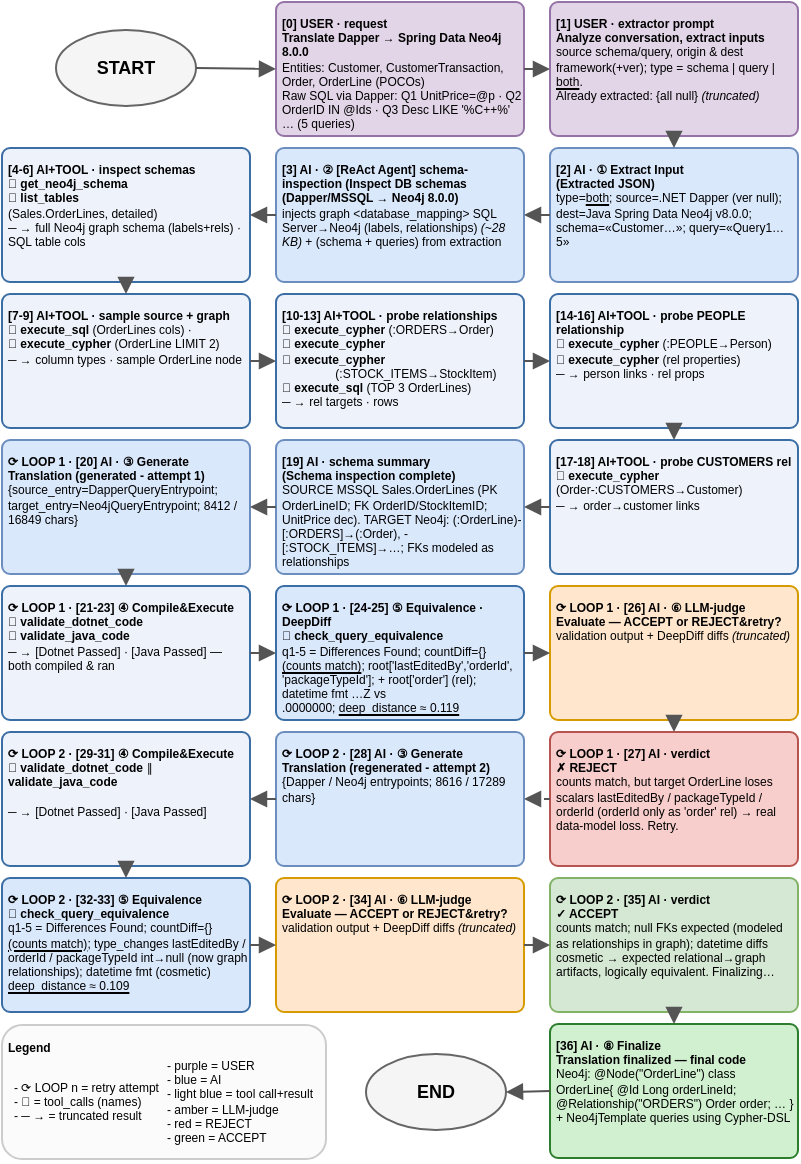
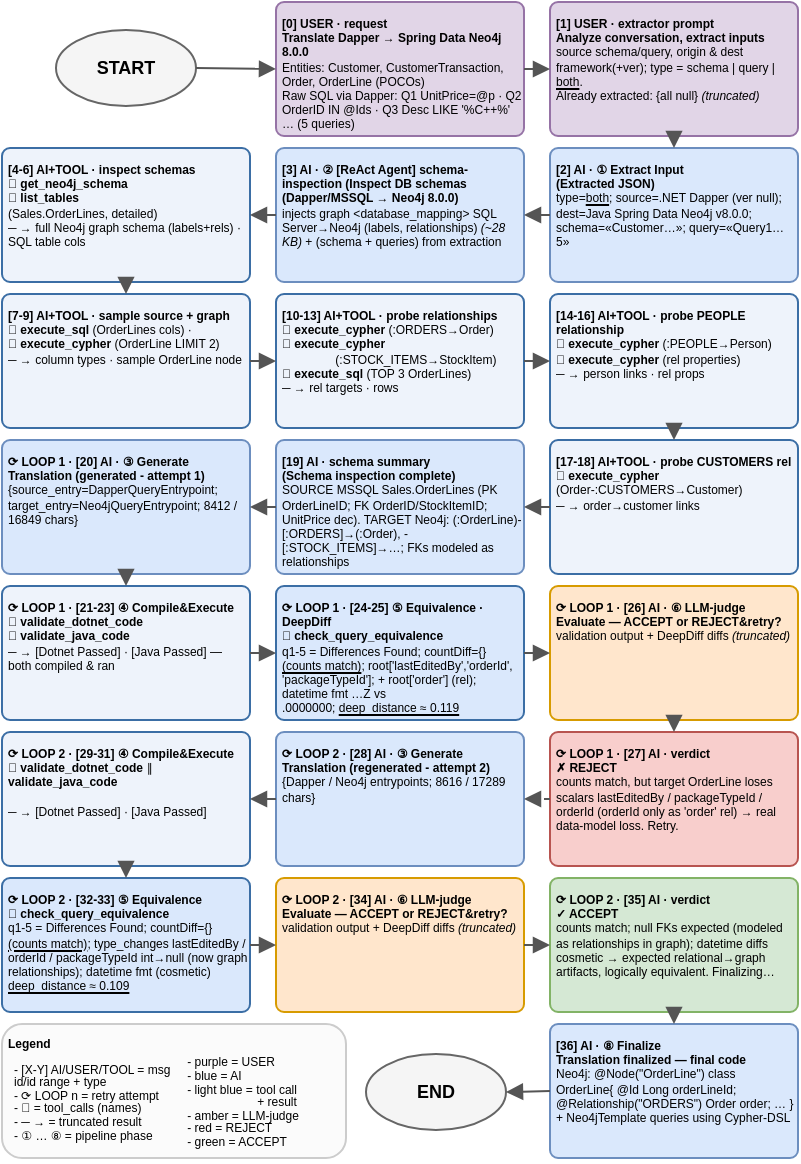
<mxfile host="Electron" agent="Mozilla/5.0 (Windows NT 10.0; Win64; x64) AppleWebKit/537.36 (KHTML, like Gecko) draw.io/27.0.9 Chrome/134.0.6998.205 Electron/35.4.0 Safari/537.36" version="27.0.9">
  <diagram id="trace" name="Dapper→Neo4j Trace">
-     <mxGraphModel dx="695" dy="481" grid="1" gridSize="10" guides="1" tooltips="1" connect="1" arrows="1" fold="1" page="1" pageScale="1" pageWidth="418" pageHeight="591" math="0" shadow="0">
+     <mxGraphModel dx="643" dy="442" grid="1" gridSize="10" guides="1" tooltips="1" connect="1" arrows="1" fold="1" page="1" pageScale="1" pageWidth="418" pageHeight="591" math="0" shadow="0">
      <root>
        <mxCell id="0" />
        <mxCell id="1" parent="0" />
        <mxCell id="start" value="START" style="ellipse;whiteSpace=wrap;html=1;fillColor=#f5f5f5;strokeColor=#666666;fontStyle=1;fontSize=9;" parent="1" vertex="1">
          <mxGeometry x="35" y="22" width="70" height="38" as="geometry" />
        </mxCell>
        <mxCell id="m0" value="&lt;b&gt;[0] USER · request&lt;/b&gt;&lt;br&gt;&lt;b&gt;Translate Dapper → Spring Data Neo4j 8.0.0&lt;/b&gt;&lt;br&gt;Entities: Customer, CustomerTransaction, Order, OrderLine (POCOs)&lt;br&gt;Raw SQL via Dapper: Q1 UnitPrice=@p · Q2 OrderID IN @Ids · Q3 Desc LIKE &#39;%C++%&#39; … (5 queries)" style="rounded=1;whiteSpace=wrap;html=1;fontSize=6;align=left;verticalAlign=top;spacing=3;arcSize=6;overflow=hidden;fillColor=#e1d5e7;strokeColor=#9673a6;" parent="1" vertex="1">
          <mxGeometry x="145" y="8" width="124" height="67" as="geometry" />
        </mxCell>
        <mxCell id="m1" value="&lt;b&gt;[1] USER · extractor prompt&lt;/b&gt;&lt;br&gt;&lt;b&gt;Analyze conversation, extract inputs&lt;/b&gt;&lt;br&gt;source schema/query, origin &amp;amp; dest framework(+ver); type = schema | query | &lt;u&gt;both&lt;/u&gt;.&lt;br&gt;Already extracted: {all null} &lt;i&gt;(truncated)&lt;/i&gt;" style="rounded=1;whiteSpace=wrap;html=1;fontSize=6;align=left;verticalAlign=top;spacing=3;arcSize=6;overflow=hidden;fillColor=#e1d5e7;strokeColor=#9673a6;" parent="1" vertex="1">
          <mxGeometry x="282" y="8" width="124" height="67" as="geometry" />
        </mxCell>
        <mxCell id="m2" value="&lt;b&gt;[2] AI · ① Extract Input&lt;/b&gt;&lt;br&gt;&lt;b&gt;(Extracted JSON)&lt;/b&gt;&lt;br&gt;type=&lt;u&gt;both&lt;/u&gt;; source=.NET Dapper (ver null); dest=Java Spring Data Neo4j v8.0.0; schema=«Customer…»; query=«Query1…5»" style="rounded=1;whiteSpace=wrap;html=1;fontSize=6;align=left;verticalAlign=top;spacing=3;arcSize=6;overflow=hidden;fillColor=#dae8fc;strokeColor=#6c8ebf;" parent="1" vertex="1">
          <mxGeometry x="282" y="81" width="124" height="67" as="geometry" />
        </mxCell>
        <mxCell id="m3" value="&lt;b&gt;[3] AI · ② [ReAct Agent] schema-inspection (&lt;/b&gt;&lt;b&gt;Inspect DB schemas (Dapper/MSSQL → Neo4j 8.0.0)&lt;/b&gt;&lt;br&gt;injects graph &amp;lt;database_mapping&amp;gt; SQL Server→Neo4j (labels, relationships) &lt;i&gt;(~28 KB)&lt;/i&gt; + (schema + queries) from extraction" style="rounded=1;whiteSpace=wrap;html=1;fontSize=6;align=left;verticalAlign=top;spacing=3;arcSize=6;overflow=hidden;fillColor=#DAE8FC;strokeColor=#6C8EBF;" parent="1" vertex="1">
          <mxGeometry x="145" y="81" width="124" height="67" as="geometry" />
        </mxCell>
        <mxCell id="t4" value="&lt;b&gt;[4-6] AI+TOOL · inspect schemas&lt;/b&gt;&lt;br&gt;🔧 &lt;b&gt;get_neo4j_schema&lt;br&gt;&lt;/b&gt;&lt;div&gt;&lt;span style=&quot;background-color: transparent; color: light-dark(rgb(0, 0, 0), rgb(255, 255, 255));&quot;&gt;🔧&lt;/span&gt;&lt;span style=&quot;background-color: transparent; color: light-dark(rgb(0, 0, 0), rgb(255, 255, 255));&quot;&gt;&amp;nbsp;&lt;/span&gt;&lt;b&gt;list_tables&lt;/b&gt;&lt;div&gt;(Sales.OrderLines, detailed)&lt;br&gt;─ → full Neo4j graph schema (labels+rels) · SQL table cols&lt;/div&gt;&lt;/div&gt;" style="rounded=1;whiteSpace=wrap;html=1;fontSize=6;align=left;verticalAlign=top;spacing=3;arcSize=6;overflow=hidden;fillColor=#eef3fb;strokeColor=#3b6ea5;" parent="1" vertex="1">
          <mxGeometry x="8" y="81" width="124" height="67" as="geometry" />
        </mxCell>
        <mxCell id="t7" value="&lt;b&gt;[7-9] AI+TOOL · sample source + graph&lt;/b&gt;&lt;br&gt;🔧 &lt;b&gt;execute_sql&lt;/b&gt; (OrderLines cols) · 🔧&amp;nbsp;&lt;b&gt;execute_cypher&lt;/b&gt; (OrderLine LIMIT 2)&lt;br&gt;─ → column types · sample OrderLine node" style="rounded=1;whiteSpace=wrap;html=1;fontSize=6;align=left;verticalAlign=top;spacing=3;arcSize=6;overflow=hidden;fillColor=#eef3fb;strokeColor=#3b6ea5;" parent="1" vertex="1">
          <mxGeometry x="8" y="154" width="124" height="67" as="geometry" />
        </mxCell>
-         <mxCell id="t10" value="&lt;b&gt;[10-13] AI+TOOL · probe relationships&lt;/b&gt;&lt;br&gt;🔧 &lt;b&gt;execute_cypher &lt;/b&gt;(:ORDERS→Order)&amp;nbsp;&lt;br&gt;&lt;div&gt;&lt;span style=&quot;background-color: transparent; color: light-dark(rgb(0, 0, 0), rgb(255, 255, 255));&quot;&gt;🔧&lt;/span&gt;&lt;span style=&quot;background-color: transparent; color: light-dark(rgb(0, 0, 0), rgb(255, 255, 255));&quot;&gt;&amp;nbsp;&lt;/span&gt;&lt;b style=&quot;background-color: transparent; color: light-dark(rgb(0, 0, 0), rgb(255, 255, 255));&quot;&gt;execute_cypher&amp;nbsp;&lt;/b&gt;&lt;/div&gt;&lt;div&gt;&lt;span style=&quot;background-color: transparent; color: light-dark(rgb(0, 0, 0), rgb(255, 255, 255));&quot;&gt;🔧&lt;/span&gt;&lt;span style=&quot;background-color: transparent; color: light-dark(rgb(0, 0, 0), rgb(255, 255, 255));&quot;&gt;&amp;nbsp;&lt;/span&gt;&lt;span style=&quot;background-color: transparent; color: light-dark(rgb(0, 0, 0), rgb(255, 255, 255));&quot;&gt;&lt;b&gt;execute_cypher&lt;/b&gt;&lt;/span&gt;&lt;/div&gt;&lt;div&gt;&lt;span style=&quot;background-color: transparent; color: light-dark(rgb(0, 0, 0), rgb(255, 255, 255));&quot;&gt;&lt;b&gt;&lt;span style=&quot;white-space: pre;&quot;&gt;&#x9;&lt;/span&gt;&lt;span style=&quot;white-space: pre;&quot;&gt;&#x9;&lt;/span&gt;&lt;/b&gt;(&lt;/span&gt;&lt;span style=&quot;background-color: transparent; color: light-dark(rgb(0, 0, 0), rgb(255, 255, 255));&quot;&gt;:STOCK_ITEMS→StockItem)&lt;/span&gt;&lt;/div&gt;&lt;div&gt;&lt;span style=&quot;background-color: transparent; color: light-dark(rgb(0, 0, 0), rgb(255, 255, 255));&quot;&gt;🔧&amp;nbsp;&lt;/span&gt;&lt;b&gt;execute_sql&lt;/b&gt; (TOP 3 OrderLines)&lt;br&gt;─ → rel targets · rows&lt;/div&gt;" style="rounded=1;whiteSpace=wrap;html=1;fontSize=6;align=left;verticalAlign=top;spacing=3;arcSize=6;overflow=hidden;fillColor=#eef3fb;strokeColor=#3b6ea5;" parent="1" vertex="1">
+         <mxCell id="t10" value="&lt;b&gt;[10-13] AI+TOOL · probe relationships&lt;/b&gt;&lt;br&gt;🔧 &lt;b&gt;execute_cypher &lt;/b&gt;(:ORDERS→Order)&amp;nbsp;&lt;div&gt;&lt;span style=&quot;background-color: transparent; color: light-dark(rgb(0, 0, 0), rgb(255, 255, 255));&quot;&gt;🔧&lt;/span&gt;&lt;span style=&quot;background-color: transparent; color: light-dark(rgb(0, 0, 0), rgb(255, 255, 255));&quot;&gt;&amp;nbsp;&lt;/span&gt;&lt;span style=&quot;background-color: transparent; color: light-dark(rgb(0, 0, 0), rgb(255, 255, 255));&quot;&gt;&lt;b&gt;execute_cypher&lt;/b&gt;&lt;/span&gt;&lt;/div&gt;&lt;div&gt;&lt;span style=&quot;background-color: transparent; color: light-dark(rgb(0, 0, 0), rgb(255, 255, 255));&quot;&gt;&lt;b&gt;&lt;span style=&quot;white-space: pre;&quot;&gt;&#x9;&lt;/span&gt;&lt;span style=&quot;white-space: pre;&quot;&gt;&#x9;&lt;/span&gt;&lt;/b&gt;(&lt;/span&gt;&lt;span style=&quot;background-color: transparent; color: light-dark(rgb(0, 0, 0), rgb(255, 255, 255));&quot;&gt;:STOCK_ITEMS→StockItem)&lt;/span&gt;&lt;/div&gt;&lt;div&gt;&lt;span style=&quot;background-color: transparent; color: light-dark(rgb(0, 0, 0), rgb(255, 255, 255));&quot;&gt;🔧&amp;nbsp;&lt;/span&gt;&lt;b&gt;execute_sql&lt;/b&gt; (TOP 3 OrderLines)&lt;br&gt;─ → rel targets · rows&lt;/div&gt;" style="rounded=1;whiteSpace=wrap;html=1;fontSize=6;align=left;verticalAlign=top;spacing=3;arcSize=6;overflow=hidden;fillColor=#eef3fb;strokeColor=#3b6ea5;" parent="1" vertex="1">
          <mxGeometry x="145" y="154" width="124" height="67" as="geometry" />
        </mxCell>
        <mxCell id="t14" value="&lt;b&gt;[14-16] AI+TOOL · probe PEOPLE relationship&lt;/b&gt;&lt;br&gt;🔧 &lt;b&gt;execute_cypher &lt;/b&gt;(:PEOPLE→Person)&lt;br&gt;&lt;div&gt;&lt;span style=&quot;background-color: transparent; color: light-dark(rgb(0, 0, 0), rgb(255, 255, 255));&quot;&gt;🔧&lt;/span&gt;&lt;span style=&quot;background-color: transparent; color: light-dark(rgb(0, 0, 0), rgb(255, 255, 255));&quot;&gt;&amp;nbsp;&lt;/span&gt;&lt;b style=&quot;background-color: transparent; color: light-dark(rgb(0, 0, 0), rgb(255, 255, 255));&quot;&gt;execute_cypher&amp;nbsp;&lt;/b&gt;(rel properties)&lt;br&gt;─ → person links · rel props&lt;/div&gt;" style="rounded=1;whiteSpace=wrap;html=1;fontSize=6;align=left;verticalAlign=top;spacing=3;arcSize=6;overflow=hidden;fillColor=#eef3fb;strokeColor=#3b6ea5;" parent="1" vertex="1">
          <mxGeometry x="282" y="154" width="124" height="67" as="geometry" />
        </mxCell>
        <mxCell id="t17" value="&lt;b&gt;[17-18] AI+TOOL · probe CUSTOMERS rel&lt;/b&gt;&lt;br&gt;🔧 &lt;b&gt;execute_cypher&lt;/b&gt; (Order-:CUSTOMERS→Customer)&lt;br&gt;─ → order→customer links" style="rounded=1;whiteSpace=wrap;html=1;fontSize=6;align=left;verticalAlign=top;spacing=3;arcSize=6;overflow=hidden;fillColor=#eef3fb;strokeColor=#3b6ea5;" parent="1" vertex="1">
          <mxGeometry x="282" y="227" width="124" height="67" as="geometry" />
        </mxCell>
        <mxCell id="m19" value="&lt;b&gt;[19] AI · schema summary&lt;/b&gt;&lt;br&gt;&lt;b&gt;(Schema inspection complete)&lt;/b&gt;&lt;br&gt;SOURCE MSSQL Sales.OrderLines (PK OrderLineID; FK OrderID/StockItemID; UnitPrice dec). TARGET Neo4j: (:OrderLine)-[:ORDERS]→(:Order), -[:STOCK_ITEMS]→…; FKs modeled as relationships" style="rounded=1;html=1;fontSize=6;align=left;verticalAlign=top;spacing=3;arcSize=6;overflow=hidden;fillColor=#dae8fc;strokeColor=#6c8ebf;whiteSpace=wrap;" parent="1" vertex="1">
          <mxGeometry x="145" y="227" width="124" height="67" as="geometry" />
        </mxCell>
        <mxCell id="m20" value="&lt;b&gt;⟳ LOOP 1 · [20] AI · ③ Generate&lt;/b&gt;&lt;br&gt;&lt;b&gt;Translation (generated&amp;nbsp;- attempt 1)&lt;/b&gt;&lt;br&gt;{source_entry=DapperQueryEntrypoint; target_entry=Neo4jQueryEntrypoint; 8412 / 16849 chars}" style="rounded=1;whiteSpace=wrap;html=1;fontSize=6;align=left;verticalAlign=top;spacing=3;arcSize=6;overflow=hidden;fillColor=#dae8fc;strokeColor=#6c8ebf;" parent="1" vertex="1">
          <mxGeometry x="8" y="227" width="124" height="67" as="geometry" />
        </mxCell>
        <mxCell id="t21" value="&lt;b&gt;⟳ LOOP 1 · [21-23] ④ Compile&amp;amp;Execute&lt;/b&gt;&lt;br&gt;🔧 &lt;b&gt;validate_dotnet_code&lt;/b&gt;&lt;div&gt;&lt;span style=&quot;background-color: transparent; color: light-dark(rgb(0, 0, 0), rgb(255, 255, 255));&quot;&gt;🔧&lt;/span&gt;&lt;span style=&quot;background-color: transparent; color: light-dark(rgb(0, 0, 0), rgb(255, 255, 255));&quot;&gt;&amp;nbsp;&lt;/span&gt;&lt;b style=&quot;background-color: transparent; color: light-dark(rgb(0, 0, 0), rgb(255, 255, 255));&quot;&gt;validate_java_code&lt;/b&gt;&lt;/div&gt;&lt;div&gt;─ → [Dotnet Passed] · [Java Passed] — both compiled &amp;amp; ran&lt;/div&gt;" style="rounded=1;whiteSpace=wrap;html=1;fontSize=6;align=left;verticalAlign=top;spacing=3;arcSize=6;overflow=hidden;fillColor=#eef3fb;strokeColor=#3b6ea5;" parent="1" vertex="1">
          <mxGeometry x="8" y="300" width="124" height="67" as="geometry" />
        </mxCell>
        <mxCell id="t24" value="&lt;b&gt;⟳ LOOP 1 · [24-25] ⑤ Equivalence · DeepDiff&lt;/b&gt;&lt;br&gt;🔧 &lt;b&gt;check_query_equivalence&lt;/b&gt;&lt;br&gt;q1-5 = Differences Found; countDiff={} &lt;u&gt;(counts match)&lt;/u&gt;;&amp;nbsp;root[&#39;lastEditedBy&#39;,&#39;orderId&#39;, &#39;packageTypeId&#39;]; + root[&#39;order&#39;] (rel); datetime fmt …Z vs .0000000;&amp;nbsp;&lt;u&gt;deep_distance ≈ 0.119&lt;/u&gt;" style="rounded=1;whiteSpace=wrap;html=1;fontSize=6;align=left;verticalAlign=top;spacing=3;arcSize=6;overflow=hidden;fillColor=#dae8fc;strokeColor=#3b6ea5;" parent="1" vertex="1">
          <mxGeometry x="145" y="300" width="124" height="67" as="geometry" />
        </mxCell>
        <mxCell id="m26" value="&lt;b&gt;⟳ LOOP 1 · [26] AI · ⑥ LLM-judge&lt;/b&gt;&lt;br&gt;&lt;b&gt;Evaluate — ACCEPT or REJECT&amp;amp;retry?&lt;/b&gt;&lt;br&gt;validation output + DeepDiff diffs &lt;i&gt;(truncated)&lt;/i&gt;" style="rounded=1;whiteSpace=wrap;html=1;fontSize=6;align=left;verticalAlign=top;spacing=3;arcSize=6;overflow=hidden;fillColor=#ffe6cc;strokeColor=#d79b00;" parent="1" vertex="1">
          <mxGeometry x="282" y="300" width="124" height="67" as="geometry" />
        </mxCell>
        <mxCell id="m27" value="&lt;b&gt;⟳ LOOP 1 · [27] AI · verdict&lt;/b&gt;&lt;br&gt;&lt;b&gt;✗ REJECT&lt;/b&gt;&lt;br&gt;counts match, but target OrderLine loses scalars lastEditedBy / packageTypeId / orderId (orderId only as &#39;order&#39; rel) → real data-model loss. Retry." style="rounded=1;whiteSpace=wrap;html=1;fontSize=6;align=left;verticalAlign=top;spacing=3;arcSize=6;overflow=hidden;fillColor=#f8cecc;strokeColor=#b85450;" parent="1" vertex="1">
          <mxGeometry x="282" y="373" width="124" height="67" as="geometry" />
        </mxCell>
        <mxCell id="m28" value="&lt;b&gt;⟳ LOOP 2 · [28] AI · ③ Generate&lt;/b&gt;&lt;br&gt;&lt;b&gt;Translation (regenerated - attempt 2)&lt;/b&gt;&lt;br&gt;{Dapper / Neo4j entrypoints; 8616 / 17289 chars}" style="rounded=1;whiteSpace=wrap;html=1;fontSize=6;align=left;verticalAlign=top;spacing=3;arcSize=6;overflow=hidden;fillColor=#dae8fc;strokeColor=#6c8ebf;" parent="1" vertex="1">
          <mxGeometry x="145" y="373" width="124" height="67" as="geometry" />
        </mxCell>
        <mxCell id="t29" value="&lt;b&gt;⟳ LOOP 2 · [29-31] ④ Compile&amp;amp;Execute&lt;/b&gt;&lt;br&gt;🔧 &lt;b&gt;validate_dotnet_code&lt;/b&gt; ∥ &lt;b&gt;validate_java_code&lt;/b&gt;&lt;div&gt;&lt;b&gt;&lt;br&gt;&lt;/b&gt;─ → [Dotnet Passed] · [Java Passed]&lt;/div&gt;" style="rounded=1;whiteSpace=wrap;html=1;fontSize=6;align=left;verticalAlign=top;spacing=3;arcSize=6;overflow=hidden;fillColor=#eef3fb;strokeColor=#3b6ea5;" parent="1" vertex="1">
          <mxGeometry x="8" y="373" width="124" height="67" as="geometry" />
        </mxCell>
        <mxCell id="t32" value="&lt;b&gt;⟳ LOOP 2 · [32-33] ⑤ Equivalence&lt;/b&gt;&lt;br&gt;🔧 &lt;b&gt;check_query_equivalence&lt;/b&gt;&lt;div&gt;q1-5 = Differences Found; countDiff={} &lt;u&gt;(counts match)&lt;/u&gt;; type_changes lastEditedBy / orderId / packageTypeId int→null (now graph relationships); datetime fmt (cosmetic)&lt;br&gt;&lt;u&gt;deep_distance ≈ 0.109&lt;/u&gt;&lt;/div&gt;" style="rounded=1;whiteSpace=wrap;html=1;fontSize=6;align=left;verticalAlign=top;spacing=3;arcSize=6;overflow=hidden;fillColor=#dae8fc;strokeColor=#3b6ea5;textShadow=0;" parent="1" vertex="1">
          <mxGeometry x="8" y="446" width="124" height="67" as="geometry" />
        </mxCell>
        <mxCell id="m34" value="&lt;b&gt;⟳ LOOP 2 · [34] AI · ⑥ LLM-judge&lt;/b&gt;&lt;br&gt;&lt;b&gt;Evaluate — ACCEPT or REJECT&amp;amp;retry?&lt;/b&gt;&lt;br&gt;validation output + DeepDiff diffs &lt;i&gt;(truncated)&lt;/i&gt;" style="rounded=1;whiteSpace=wrap;html=1;fontSize=6;align=left;verticalAlign=top;spacing=3;arcSize=6;overflow=hidden;fillColor=#ffe6cc;strokeColor=#d79b00;" parent="1" vertex="1">
          <mxGeometry x="145" y="446" width="124" height="67" as="geometry" />
        </mxCell>
        <mxCell id="m35" value="&lt;b&gt;⟳ LOOP 2 · [35] AI · verdict&lt;/b&gt;&lt;br&gt;&lt;b&gt;✓ ACCEPT&lt;/b&gt;&lt;br&gt;counts match; null FKs expected (modeled as relationships in graph); datetime diffs cosmetic → expected relational→graph artifacts, logically equivalent. Finalizing…" style="rounded=1;whiteSpace=wrap;html=1;fontSize=6;align=left;verticalAlign=top;spacing=3;arcSize=6;overflow=hidden;fillColor=#d5e8d4;strokeColor=#82b366;" parent="1" vertex="1">
          <mxGeometry x="282" y="446" width="124" height="67" as="geometry" />
        </mxCell>
-         <mxCell id="m36" value="&lt;b&gt;[36] AI · ⑧ Finalize&lt;/b&gt;&lt;br&gt;&lt;b&gt;Translation finalized — final code&lt;/b&gt;&lt;br&gt;Neo4j: @Node(&quot;OrderLine&quot;) class OrderLine{ @Id Long orderLineId; @Relationship(&quot;ORDERS&quot;) Order order; … } + Neo4jTemplate queries using Cypher-DSL" style="rounded=1;whiteSpace=wrap;html=1;fontSize=6;align=left;verticalAlign=top;spacing=3;arcSize=6;overflow=hidden;fillColor=#d0f0d0;strokeColor=#2d7d2d;" parent="1" vertex="1">
+         <mxCell id="m36" value="&lt;b&gt;[36] AI · ⑧ Finalize&lt;/b&gt;&lt;br&gt;&lt;b&gt;Translation finalized — final code&lt;/b&gt;&lt;br&gt;Neo4j: @Node(&quot;OrderLine&quot;) class OrderLine{ @Id Long orderLineId; @Relationship(&quot;ORDERS&quot;) Order order; … } + Neo4jTemplate queries using Cypher-DSL" style="rounded=1;whiteSpace=wrap;html=1;fontSize=6;align=left;verticalAlign=top;spacing=3;arcSize=6;overflow=hidden;fillColor=#dae8fc;strokeColor=#6c8ebf;" parent="1" vertex="1">
          <mxGeometry x="282" y="519" width="124" height="67" as="geometry" />
        </mxCell>
        <mxCell id="end" value="END" style="ellipse;whiteSpace=wrap;html=1;fillColor=#f5f5f5;strokeColor=#666666;fontStyle=1;fontSize=9;" parent="1" vertex="1">
          <mxGeometry x="190" y="534" width="70" height="38" as="geometry" />
        </mxCell>
-         <mxCell id="legend" value="&lt;div style=&quot;line-height: 100%;&quot;&gt;&lt;b&gt;Legend&lt;/b&gt;&lt;div&gt;&lt;table&gt;&lt;tbody&gt;&lt;tr style=&quot;line-height: 120%;&quot;&gt;&lt;td&gt;- ⟳ LOOP n = retry attempt&lt;br&gt;- 🔧 = tool_calls (names)&lt;br&gt;- ─ → = truncated result&lt;/td&gt;&lt;td&gt;- purple = USER&lt;br&gt;- blue = AI&lt;br&gt;- light blue = tool call+result&lt;br&gt;- amber = LLM-judge&lt;br&gt;- red = REJECT&lt;br&gt;- green = ACCEPT&lt;br&gt;&lt;/td&gt;&lt;/tr&gt;&lt;/tbody&gt;&lt;/table&gt;&lt;/div&gt;&lt;/div&gt;" style="whiteSpace=wrap;html=1;fillColor=#fbfbfb;strokeColor=#cccccc;rounded=1;fontSize=6;align=left;verticalAlign=top;spacing=3;" parent="1" vertex="1">
-           <mxGeometry x="8" y="519.5" width="162" height="67" as="geometry" />
+         <mxCell id="legend" value="&lt;div style=&quot;line-height: 90%;&quot;&gt;&lt;b&gt;Legend&lt;/b&gt;&lt;div style=&quot;line-height: 110%;&quot;&gt;&lt;table&gt;&lt;tbody&gt;&lt;tr&gt;&lt;td&gt;- [X-Y] AI/USER/TOOL = msg id/id range + type&lt;br&gt;- ⟳ LOOP n = retry attempt&lt;br&gt;- 🔧 = tool_calls (names)&lt;br&gt;- ─ → = truncated result&lt;br&gt;- ① … ⑧ = pipeline phase&lt;/td&gt;&lt;td&gt;- purple = USER&lt;br&gt;- blue = AI&lt;br&gt;- light blue = tool call&amp;nbsp; &amp;nbsp; &amp;nbsp; &amp;nbsp; &amp;nbsp; &amp;nbsp; &amp;nbsp; &amp;nbsp; &amp;nbsp; &amp;nbsp; &amp;nbsp; &amp;nbsp; &amp;nbsp; &amp;nbsp; &amp;nbsp; &amp;nbsp; &amp;nbsp;+ result&lt;br&gt;- amber = LLM-judge&lt;br&gt;- red = REJECT&lt;br&gt;- green = ACCEPT&lt;br&gt;&lt;/td&gt;&lt;/tr&gt;&lt;/tbody&gt;&lt;/table&gt;&lt;/div&gt;&lt;/div&gt;" style="whiteSpace=wrap;html=1;fillColor=#fbfbfb;strokeColor=#cccccc;rounded=1;fontSize=6;align=left;verticalAlign=top;spacing=3;" parent="1" vertex="1">
+           <mxGeometry x="8" y="519" width="172" height="67" as="geometry" />
        </mxCell>
        <mxCell id="e0" style="edgeStyle=orthogonalEdgeStyle;rounded=1;html=1;endArrow=block;noEdgeStyle=1;orthogonal=1;exitX=1;exitY=0.5;exitDx=0;exitDy=0;entryX=0;entryY=0.5;entryDx=0;entryDy=0;strokeColor=#555555;" parent="1" source="start" target="m0" edge="1">
          <mxGeometry relative="1" as="geometry" />
        </mxCell>
        <mxCell id="e1" style="edgeStyle=orthogonalEdgeStyle;rounded=1;html=1;endArrow=block;noEdgeStyle=1;orthogonal=1;exitX=1;exitY=0.5;exitDx=0;exitDy=0;entryX=0;entryY=0.5;entryDx=0;entryDy=0;strokeColor=#555555;" parent="1" source="m0" target="m1" edge="1">
          <mxGeometry relative="1" as="geometry" />
        </mxCell>
        <mxCell id="e2" style="edgeStyle=orthogonalEdgeStyle;rounded=1;html=1;endArrow=block;noEdgeStyle=1;orthogonal=1;exitX=0.5;exitY=1;exitDx=0;exitDy=0;entryX=0.5;entryY=0;entryDx=0;entryDy=0;strokeColor=#555555;" parent="1" source="m1" target="m2" edge="1">
          <mxGeometry relative="1" as="geometry" />
        </mxCell>
        <mxCell id="e3" style="edgeStyle=orthogonalEdgeStyle;rounded=1;html=1;endArrow=block;noEdgeStyle=1;orthogonal=1;exitX=0;exitY=0.5;exitDx=0;exitDy=0;entryX=1;entryY=0.5;entryDx=0;entryDy=0;strokeColor=#555555;" parent="1" source="m2" target="m3" edge="1">
          <mxGeometry relative="1" as="geometry" />
        </mxCell>
        <mxCell id="e4" style="edgeStyle=orthogonalEdgeStyle;rounded=1;html=1;endArrow=block;noEdgeStyle=1;orthogonal=1;exitX=0;exitY=0.5;exitDx=0;exitDy=0;entryX=1;entryY=0.5;entryDx=0;entryDy=0;strokeColor=#555555;" parent="1" source="m3" target="t4" edge="1">
          <mxGeometry relative="1" as="geometry" />
        </mxCell>
        <mxCell id="e5" style="edgeStyle=orthogonalEdgeStyle;rounded=1;html=1;endArrow=block;noEdgeStyle=1;orthogonal=1;exitX=0.5;exitY=1;exitDx=0;exitDy=0;entryX=0.5;entryY=0;entryDx=0;entryDy=0;strokeColor=#555555;" parent="1" source="t4" target="t7" edge="1">
          <mxGeometry relative="1" as="geometry" />
        </mxCell>
        <mxCell id="e6" style="edgeStyle=orthogonalEdgeStyle;rounded=1;html=1;endArrow=block;noEdgeStyle=1;orthogonal=1;exitX=1;exitY=0.5;exitDx=0;exitDy=0;entryX=0;entryY=0.5;entryDx=0;entryDy=0;strokeColor=#555555;" parent="1" source="t7" target="t10" edge="1">
          <mxGeometry relative="1" as="geometry" />
        </mxCell>
        <mxCell id="e7" style="edgeStyle=orthogonalEdgeStyle;rounded=1;html=1;endArrow=block;noEdgeStyle=1;orthogonal=1;exitX=1;exitY=0.5;exitDx=0;exitDy=0;entryX=0;entryY=0.5;entryDx=0;entryDy=0;strokeColor=#555555;" parent="1" source="t10" target="t14" edge="1">
          <mxGeometry relative="1" as="geometry" />
        </mxCell>
        <mxCell id="e8" style="edgeStyle=orthogonalEdgeStyle;rounded=1;html=1;endArrow=block;noEdgeStyle=1;orthogonal=1;exitX=0.5;exitY=1;exitDx=0;exitDy=0;entryX=0.5;entryY=0;entryDx=0;entryDy=0;strokeColor=#555555;" parent="1" source="t14" target="t17" edge="1">
          <mxGeometry relative="1" as="geometry" />
        </mxCell>
        <mxCell id="e9" style="edgeStyle=orthogonalEdgeStyle;rounded=1;html=1;endArrow=block;noEdgeStyle=1;orthogonal=1;exitX=0;exitY=0.5;exitDx=0;exitDy=0;entryX=1;entryY=0.5;entryDx=0;entryDy=0;strokeColor=#555555;" parent="1" source="t17" target="m19" edge="1">
          <mxGeometry relative="1" as="geometry" />
        </mxCell>
        <mxCell id="e10" style="edgeStyle=orthogonalEdgeStyle;rounded=1;html=1;endArrow=block;noEdgeStyle=1;orthogonal=1;exitX=0;exitY=0.5;exitDx=0;exitDy=0;entryX=1;entryY=0.5;entryDx=0;entryDy=0;strokeColor=#555555;" parent="1" source="m19" target="m20" edge="1">
          <mxGeometry relative="1" as="geometry" />
        </mxCell>
        <mxCell id="e11" style="edgeStyle=orthogonalEdgeStyle;rounded=1;html=1;endArrow=block;noEdgeStyle=1;orthogonal=1;exitX=0.5;exitY=1;exitDx=0;exitDy=0;entryX=0.5;entryY=0;entryDx=0;entryDy=0;strokeColor=#555555;" parent="1" source="m20" target="t21" edge="1">
          <mxGeometry relative="1" as="geometry" />
        </mxCell>
        <mxCell id="e12" style="edgeStyle=orthogonalEdgeStyle;rounded=1;html=1;endArrow=block;noEdgeStyle=1;orthogonal=1;exitX=1;exitY=0.5;exitDx=0;exitDy=0;entryX=0;entryY=0.5;entryDx=0;entryDy=0;strokeColor=#555555;" parent="1" source="t21" target="t24" edge="1">
          <mxGeometry relative="1" as="geometry" />
        </mxCell>
        <mxCell id="e13" style="edgeStyle=orthogonalEdgeStyle;rounded=1;html=1;endArrow=block;noEdgeStyle=1;orthogonal=1;exitX=1;exitY=0.5;exitDx=0;exitDy=0;entryX=0;entryY=0.5;entryDx=0;entryDy=0;strokeColor=#555555;" parent="1" source="t24" target="m26" edge="1">
          <mxGeometry relative="1" as="geometry" />
        </mxCell>
        <mxCell id="e14" style="edgeStyle=orthogonalEdgeStyle;rounded=1;html=1;endArrow=block;noEdgeStyle=1;orthogonal=1;exitX=0.5;exitY=1;exitDx=0;exitDy=0;entryX=0.5;entryY=0;entryDx=0;entryDy=0;strokeColor=#555555;" parent="1" source="m26" target="m27" edge="1">
          <mxGeometry relative="1" as="geometry" />
        </mxCell>
        <mxCell id="e15" value="" style="edgeStyle=orthogonalEdgeStyle;rounded=1;html=1;endArrow=block;dashed=1;strokeColor=#555555;fontColor=#b85450;fontSize=6;fontStyle=1;noEdgeStyle=1;orthogonal=1;exitX=0;exitY=0.5;exitDx=0;exitDy=0;entryX=1;entryY=0.5;entryDx=0;entryDy=0;" parent="1" source="m27" target="m28" edge="1">
          <mxGeometry relative="1" as="geometry" />
        </mxCell>
        <mxCell id="e16" style="edgeStyle=orthogonalEdgeStyle;rounded=1;html=1;endArrow=block;noEdgeStyle=1;orthogonal=1;exitX=0;exitY=0.5;exitDx=0;exitDy=0;entryX=1;entryY=0.5;entryDx=0;entryDy=0;strokeColor=#555555;" parent="1" source="m28" target="t29" edge="1">
          <mxGeometry relative="1" as="geometry" />
        </mxCell>
        <mxCell id="e17" style="edgeStyle=orthogonalEdgeStyle;rounded=1;html=1;endArrow=block;noEdgeStyle=1;orthogonal=1;exitX=0.5;exitY=1;exitDx=0;exitDy=0;entryX=0.5;entryY=0;entryDx=0;entryDy=0;strokeColor=#555555;" parent="1" source="t29" target="t32" edge="1">
          <mxGeometry relative="1" as="geometry" />
        </mxCell>
        <mxCell id="e18" style="edgeStyle=orthogonalEdgeStyle;rounded=1;html=1;endArrow=block;noEdgeStyle=1;orthogonal=1;exitX=1;exitY=0.5;exitDx=0;exitDy=0;entryX=0;entryY=0.5;entryDx=0;entryDy=0;strokeColor=#555555;" parent="1" source="t32" target="m34" edge="1">
          <mxGeometry relative="1" as="geometry" />
        </mxCell>
        <mxCell id="e19" style="edgeStyle=orthogonalEdgeStyle;rounded=1;html=1;endArrow=block;noEdgeStyle=1;orthogonal=1;exitX=1;exitY=0.5;exitDx=0;exitDy=0;entryX=0;entryY=0.5;entryDx=0;entryDy=0;strokeColor=#555555;" parent="1" source="m34" target="m35" edge="1">
          <mxGeometry relative="1" as="geometry" />
        </mxCell>
        <mxCell id="e20" style="edgeStyle=orthogonalEdgeStyle;rounded=1;html=1;endArrow=block;noEdgeStyle=1;orthogonal=1;exitX=0.5;exitY=1;exitDx=0;exitDy=0;entryX=0.5;entryY=0;entryDx=0;entryDy=0;strokeColor=#555555;" parent="1" source="m35" target="m36" edge="1">
          <mxGeometry relative="1" as="geometry" />
        </mxCell>
        <mxCell id="e21" style="edgeStyle=orthogonalEdgeStyle;rounded=1;html=1;endArrow=block;noEdgeStyle=1;orthogonal=1;exitX=0;exitY=0.5;exitDx=0;exitDy=0;entryX=1;entryY=0.5;entryDx=0;entryDy=0;strokeColor=#555555;" parent="1" source="m36" target="end" edge="1">
          <mxGeometry relative="1" as="geometry" />
        </mxCell>
      </root>
    </mxGraphModel>
  </diagram>
</mxfile>
